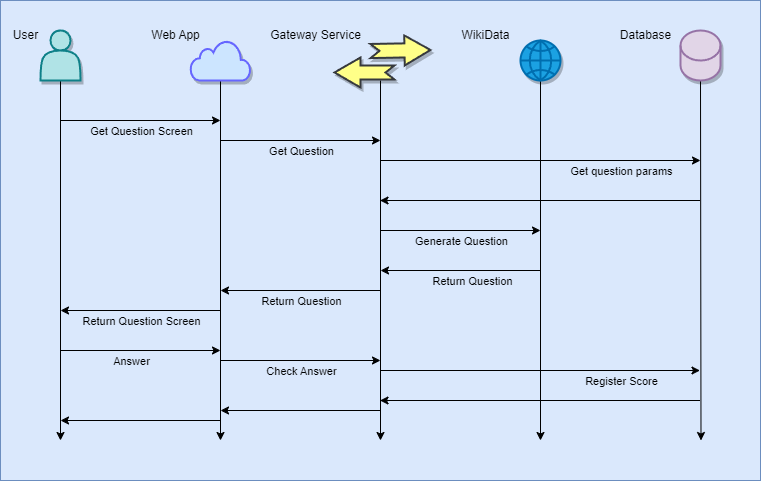
This is docs/images/06_question.drawio.png from Arquisoft/wiq_es05b, a draw.io export, as it was before one commit. Source tidied: cells renumbered, new cells last; positions are measured from the earlier drawing's top-left corner, leaving out a move shared by most shapes.
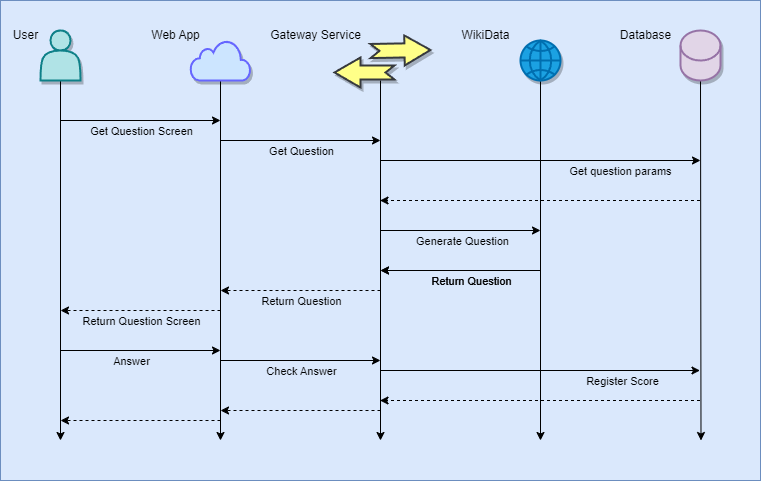
The same file after the commit.

Diff of the diagram source:
```diff
@@ -5,6 +5,17 @@
     <mxCell id="2" style="whiteSpace=wrap;html=1;fillColor=#dae8fc;strokeColor=#6c8ebf;" parent="1" vertex="1">
       <mxGeometry width="760" height="480" as="geometry" />
     </mxCell>
+    <mxCell id="45" style="endArrow=classic;html=1;dashed=1;" parent="1" edge="1">
+      <mxGeometry relative="1" as="geometry">
+        <mxPoint x="540" y="270" as="sourcePoint" />
+        <mxPoint x="380" y="270" as="targetPoint" />
+      </mxGeometry>
+    </mxCell>
+    <mxCell id="46" value="Return Question" style="edgeLabel;html=1;align=center;verticalAlign=middle;labelBackgroundColor=none;" parent="45" vertex="1">
+      <mxGeometry x="-0.28" y="3" relative="1" as="geometry">
+        <mxPoint x="-12" y="7" as="offset" />
+      </mxGeometry>
+    </mxCell>
     <mxCell id="3" value="Diagram" parent="0" />
     <mxCell id="4" style="edgeStyle=none;html=1;startArrow=none;" parent="3" edge="1">
       <mxGeometry relative="1" as="geometry">
@@ -46,7 +57,7 @@
         <mxPoint x="32" y="12" as="offset" />
       </mxGeometry>
     </mxCell>
-    <mxCell id="12" style="endArrow=classic;html=1;" parent="3" edge="1">
+    <mxCell id="12" style="endArrow=classic;html=1;dashed=1;" parent="3" edge="1">
       <mxGeometry relative="1" as="geometry">
         <mxPoint x="220" y="310" as="sourcePoint" />
         <mxPoint x="60" y="310" as="targetPoint" />
@@ -96,7 +107,7 @@
         <mxPoint x="-12" y="12" as="offset" />
       </mxGeometry>
     </mxCell>
-    <mxCell id="21" style="endArrow=classic;html=1;" parent="3" edge="1">
+    <mxCell id="21" style="endArrow=classic;html=1;dashed=1;" parent="3" edge="1">
       <mxGeometry relative="1" as="geometry">
         <mxPoint x="699.5" y="200" as="sourcePoint" />
         <mxPoint x="379.5" y="200" as="targetPoint" />
@@ -113,7 +124,7 @@
         <mxPoint x="-12" y="7" as="offset" />
       </mxGeometry>
     </mxCell>
-    <mxCell id="24" style="endArrow=classic;html=1;" parent="3" edge="1">
+    <mxCell id="24" style="endArrow=classic;html=1;dashed=1;" parent="3" edge="1">
       <mxGeometry relative="1" as="geometry">
         <mxPoint x="380" y="290" as="sourcePoint" />
         <mxPoint x="220" y="290" as="targetPoint" />
@@ -124,7 +135,7 @@
         <mxPoint x="-22" y="9" as="offset" />
       </mxGeometry>
     </mxCell>
-    <mxCell id="26" style="endArrow=classic;html=1;" parent="3" edge="1">
+    <mxCell id="26" style="endArrow=classic;html=1;dashed=1;" parent="3" edge="1">
       <mxGeometry relative="1" as="geometry">
         <mxPoint x="220" y="420" as="sourcePoint" />
         <mxPoint x="60" y="420" as="targetPoint" />
@@ -178,13 +189,13 @@
         <mxPoint x="145" y="12" as="offset" />
       </mxGeometry>
     </mxCell>
-    <mxCell id="38" style="endArrow=classic;html=1;" parent="3" edge="1">
+    <mxCell id="38" style="endArrow=classic;html=1;dashed=1;" parent="3" edge="1">
       <mxGeometry relative="1" as="geometry">
         <mxPoint x="699.5" y="400" as="sourcePoint" />
         <mxPoint x="379.5" y="400" as="targetPoint" />
       </mxGeometry>
     </mxCell>
-    <mxCell id="39" style="endArrow=classic;html=1;" parent="3" edge="1">
+    <mxCell id="39" style="endArrow=classic;html=1;dashed=1;" parent="3" edge="1">
       <mxGeometry relative="1" as="geometry">
         <mxPoint x="380" y="410" as="sourcePoint" />
         <mxPoint x="220" y="410" as="targetPoint" />
```
